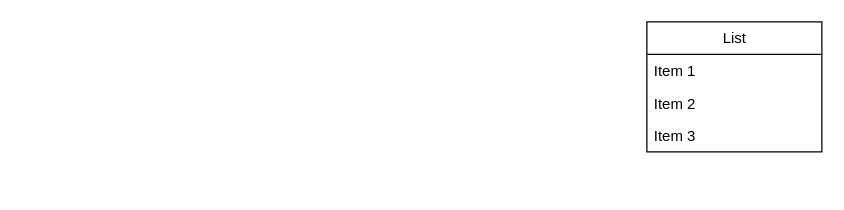
Before: Untitled Diagram.drawio in Andrew-Sparrow/online-store-mind, a draw.io diagram. Source tidied: cells renumbered, new cells numbered last; positions are measured from the earlier drawing's top-left corner, leaving out a move shared by most shapes. Both pictures are drawn from the tidied source at 125%, with x=0, y=0 at pixel (646, 21).
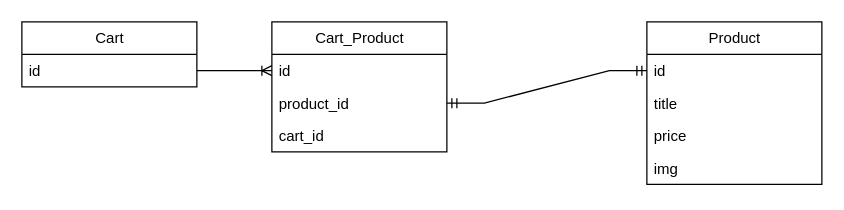
Above is the later version.

What changed in the source:
```diff
@@
 <mxGraphModel>
   <root>
     <mxCell id="0" />
     <mxCell id="1" parent="0" />
-    <mxCell id="2" value="List" style="swimlane;fontStyle=0;horizontal=1;startSize=26;fillColor=none;html=1;" parent="1" vertex="1">
-      <mxGeometry width="140" height="104" as="geometry" />
+    <mxCell id="2" value="Product" style="swimlane;fontStyle=0;horizontal=1;startSize=26;fillColor=none;html=1;" parent="1" vertex="1">
+      <mxGeometry width="140" height="130" as="geometry" />
     </mxCell>
-    <mxCell id="3" value="Item 1" style="text;strokeColor=none;fillColor=none;align=left;verticalAlign=top;spacingLeft=4;spacingRight=4;overflow=hidden;points=[[0,0.5],[1,0.5]];portConstraint=eastwest;whiteSpace=wrap;html=1;" parent="2" vertex="1">
+    <mxCell id="3" value="id" style="text;strokeColor=none;fillColor=none;align=left;verticalAlign=top;spacingLeft=4;spacingRight=4;overflow=hidden;points=[[0,0.5],[1,0.5]];portConstraint=eastwest;whiteSpace=wrap;html=1;" parent="2" vertex="1">
       <mxGeometry y="26" width="140" height="26" as="geometry" />
     </mxCell>
-    <mxCell id="4" value="Item 2" style="text;strokeColor=none;fillColor=none;align=left;verticalAlign=top;spacingLeft=4;spacingRight=4;overflow=hidden;whiteSpace=wrap;html=1;" parent="2" vertex="1">
+    <mxCell id="4" value="title" style="text;strokeColor=none;fillColor=none;align=left;verticalAlign=top;spacingLeft=4;spacingRight=4;overflow=hidden;whiteSpace=wrap;html=1;" parent="2" vertex="1">
       <mxGeometry y="52" width="140" height="26" as="geometry" />
     </mxCell>
-    <mxCell id="5" value="Item 3" style="text;strokeColor=none;fillColor=none;align=left;verticalAlign=top;spacingLeft=4;spacingRight=4;overflow=hidden;whiteSpace=wrap;html=1;" parent="2" vertex="1">
+    <mxCell id="5" value="price" style="text;strokeColor=none;fillColor=none;align=left;verticalAlign=top;spacingLeft=4;spacingRight=4;overflow=hidden;whiteSpace=wrap;html=1;" parent="2" vertex="1">
       <mxGeometry y="78" width="140" height="26" as="geometry" />
     </mxCell>
+    <mxCell id="6" value="img" style="text;strokeColor=none;fillColor=none;align=left;verticalAlign=top;spacingLeft=4;spacingRight=4;overflow=hidden;whiteSpace=wrap;html=1;" parent="2" vertex="1">
+      <mxGeometry y="104" width="140" height="26" as="geometry" />
+    </mxCell>
+    <mxCell id="7" value="Cart" style="swimlane;fontStyle=0;horizontal=1;startSize=26;fillColor=none;html=1;" parent="1" vertex="1">
+      <mxGeometry x="-500" width="140" height="52" as="geometry" />
+    </mxCell>
+    <mxCell id="8" value="id" style="text;strokeColor=none;fillColor=none;align=left;verticalAlign=top;spacingLeft=4;spacingRight=4;overflow=hidden;points=[[0,0.5],[1,0.5]];portConstraint=eastwest;whiteSpace=wrap;html=1;" parent="7" vertex="1">
+      <mxGeometry y="26" width="140" height="26" as="geometry" />
+    </mxCell>
+    <mxCell id="9" value="Cart_Product" style="swimlane;fontStyle=0;horizontal=1;startSize=26;fillColor=none;html=1;" parent="1" vertex="1">
+      <mxGeometry x="-300" width="140" height="104" as="geometry" />
+    </mxCell>
+    <mxCell id="10" value="id" style="text;strokeColor=none;fillColor=none;align=left;verticalAlign=top;spacingLeft=4;spacingRight=4;overflow=hidden;points=[[0,0.5],[1,0.5]];portConstraint=eastwest;whiteSpace=wrap;html=1;" parent="9" vertex="1">
+      <mxGeometry y="26" width="140" height="26" as="geometry" />
+    </mxCell>
+    <mxCell id="11" value="product_id" style="text;strokeColor=none;fillColor=none;align=left;verticalAlign=top;spacingLeft=4;spacingRight=4;overflow=hidden;points=[[0,0.5],[1,0.5]];portConstraint=eastwest;whiteSpace=wrap;html=1;" parent="9" vertex="1">
+      <mxGeometry y="52" width="140" height="26" as="geometry" />
+    </mxCell>
+    <mxCell id="12" value="cart_id" style="text;strokeColor=none;fillColor=none;align=left;verticalAlign=top;spacingLeft=4;spacingRight=4;overflow=hidden;whiteSpace=wrap;html=1;" parent="9" vertex="1">
+      <mxGeometry y="78" width="140" height="26" as="geometry" />
+    </mxCell>
+    <mxCell id="13" style="edgeStyle=entityRelationEdgeStyle;fontSize=12;html=1;endArrow=ERoneToMany;rounded=0;exitX=1;exitY=0.5;exitDx=0;exitDy=0;entryX=0;entryY=0.5;entryDx=0;entryDy=0;" parent="1" edge="1" source="8" target="10">
+      <mxGeometry relative="1" as="geometry" />
+    </mxCell>
+    <mxCell id="14" style="edgeStyle=entityRelationEdgeStyle;fontSize=12;html=1;endArrow=ERmandOne;startArrow=ERmandOne;rounded=0;exitX=1;exitY=0.5;exitDx=0;exitDy=0;entryX=0;entryY=0.5;entryDx=0;entryDy=0;" parent="1" edge="1" source="11" target="3">
+      <mxGeometry relative="1" as="geometry" />
+    </mxCell>
   </root>
 </mxGraphModel>
```
